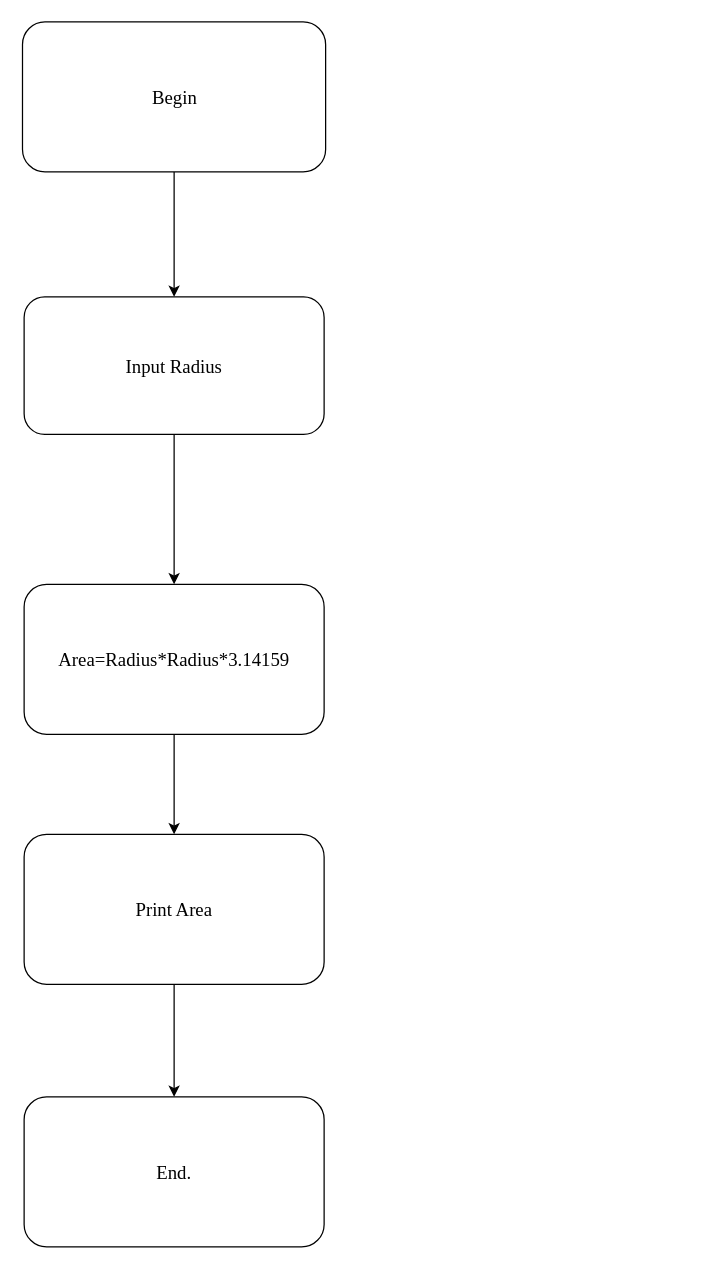
Nagami-Tooru/learn-project keeps this draw.io diagram as Untitled Diagram.drawio. Above is the earlier version. Source tidied: cells renumbered, new cells numbered last; positions are measured from the earlier drawing's top-left corner, leaving out a move shared by most shapes. Both pictures are drawn from the tidied source at 125%, with x=0, y=0 at pixel (22, 21).
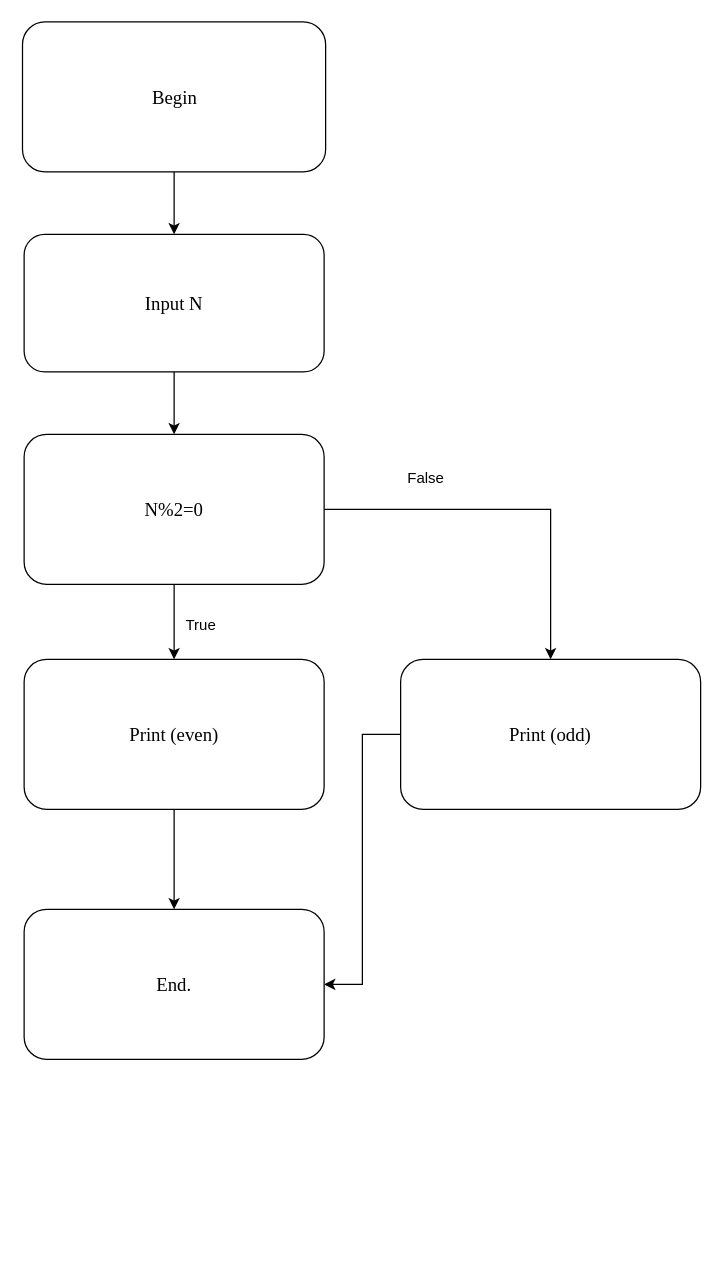
Above is the later version.

Diff of the diagram source:
```diff
@@
 <mxGraphModel>
   <root>
     <mxCell id="0" />
     <mxCell id="1" parent="0" />
     <mxCell id="2" style="edgeStyle=orthogonalEdgeStyle;rounded=0;jettySize=auto;html=1;entryX=0.5;entryY=0;entryDx=0;entryDy=0;" parent="1" edge="1" source="3" target="5">
       <mxGeometry relative="1" as="geometry" />
     </mxCell>
     <mxCell id="3" value="&lt;font style=&quot;font-size: 15px;&quot;&gt;Begin&lt;/font&gt;" style="rounded=1;whiteSpace=wrap;html=1;fontStyle=0;fontFamily=Times New Roman;fontSize=15;" parent="1" vertex="1">
       <mxGeometry x="-0.5" width="242.5" height="120" as="geometry" />
     </mxCell>
     <mxCell id="4" style="edgeStyle=orthogonalEdgeStyle;rounded=0;jettySize=auto;html=1;" parent="1" edge="1" source="5" target="7">
       <mxGeometry relative="1" as="geometry" />
     </mxCell>
-    <mxCell id="5" value="&lt;font style=&quot;font-size: 15px;&quot;&gt;Input Radius&lt;/font&gt;" style="rounded=1;whiteSpace=wrap;html=1;fontStyle=0;fontFamily=Times New Roman;" parent="1" vertex="1">
-      <mxGeometry x="0.8" y="220" width="240" height="110" as="geometry" />
+    <mxCell id="5" value="&lt;font style=&quot;font-size: 15px;&quot;&gt;Input N&lt;/font&gt;" style="rounded=1;whiteSpace=wrap;html=1;fontStyle=0;fontFamily=Times New Roman;" parent="1" vertex="1">
+      <mxGeometry x="0.8" y="170" width="240" height="110" as="geometry" />
     </mxCell>
     <mxCell id="6" style="edgeStyle=orthogonalEdgeStyle;rounded=0;jettySize=auto;html=1;entryX=0.5;entryY=0;entryDx=0;entryDy=0;" parent="1" edge="1" source="7" target="9">
       <mxGeometry relative="1" as="geometry" />
     </mxCell>
+    <mxCell id="11" style="edgeStyle=orthogonalEdgeStyle;rounded=0;jettySize=auto;html=1;" parent="1" edge="1" source="7" target="14">
+      <mxGeometry relative="1" as="geometry" />
+    </mxCell>
-    <mxCell id="7" value="&lt;font style=&quot;font-size: 15px;&quot;&gt;Area=Radius*Radius*3.14159&lt;/font&gt;" style="rounded=1;whiteSpace=wrap;html=1;fontStyle=0;fontFamily=Times New Roman;" parent="1" vertex="1">
-      <mxGeometry x="0.8" y="450" width="240" height="120" as="geometry" />
+    <mxCell id="7" value="&lt;span style=&quot;font-size: 15px;&quot;&gt;N%2=0&lt;/span&gt;" style="rounded=1;whiteSpace=wrap;html=1;fontStyle=0;fontFamily=Times New Roman;" parent="1" vertex="1">
+      <mxGeometry x="0.8" y="330" width="240" height="120" as="geometry" />
     </mxCell>
     <mxCell id="8" style="edgeStyle=orthogonalEdgeStyle;rounded=0;jettySize=auto;html=1;" parent="1" edge="1" source="9" target="10">
       <mxGeometry relative="1" as="geometry" />
     </mxCell>
-    <mxCell id="9" value="&lt;font style=&quot;font-size: 15px;&quot;&gt;Print Area&lt;/font&gt;" style="rounded=1;whiteSpace=wrap;html=1;fontStyle=0;fontFamily=Times New Roman;" parent="1" vertex="1">
-      <mxGeometry x="0.8" y="650" width="240" height="120" as="geometry" />
+    <mxCell id="9" value="&lt;span style=&quot;font-size: 15px;&quot;&gt;Print (even)&lt;/span&gt;" style="rounded=1;whiteSpace=wrap;html=1;fontStyle=0;fontFamily=Times New Roman;" parent="1" vertex="1">
+      <mxGeometry x="0.8" y="510" width="240" height="120" as="geometry" />
     </mxCell>
     <mxCell id="10" value="&lt;font style=&quot;font-size: 15px;&quot;&gt;End.&lt;/font&gt;" style="rounded=1;whiteSpace=wrap;html=1;fontStyle=0;fontFamily=Times New Roman;" parent="1" vertex="1">
-      <mxGeometry x="0.8" y="860" width="240" height="120" as="geometry" />
+      <mxGeometry x="0.8" y="710" width="240" height="120" as="geometry" />
     </mxCell>
+    <mxCell id="12" value="True" style="text;html=1;align=center;verticalAlign=middle;strokeColor=none;fillColor=none;" parent="1" vertex="1">
+      <mxGeometry x="117" y="468" width="50" height="30" as="geometry" />
+    </mxCell>
+    <mxCell id="13" style="edgeStyle=orthogonalEdgeStyle;rounded=0;jettySize=auto;html=1;entryX=1;entryY=0.5;entryDx=0;entryDy=0;" parent="1" edge="1" source="14" target="10">
+      <mxGeometry relative="1" as="geometry" />
+    </mxCell>
+    <mxCell id="14" value="&lt;font style=&quot;font-size: 15px;&quot;&gt;Print (odd)&lt;/font&gt;" style="rounded=1;whiteSpace=wrap;html=1;fontStyle=0;fontFamily=Times New Roman;" parent="1" vertex="1">
+      <mxGeometry x="302" y="510" width="240" height="120" as="geometry" />
+    </mxCell>
+    <mxCell id="15" value="False" style="text;html=1;align=center;verticalAlign=middle;strokeColor=none;fillColor=none;" parent="1" vertex="1">
+      <mxGeometry x="297" y="350" width="50" height="30" as="geometry" />
+    </mxCell>
   </root>
 </mxGraphModel>
```
